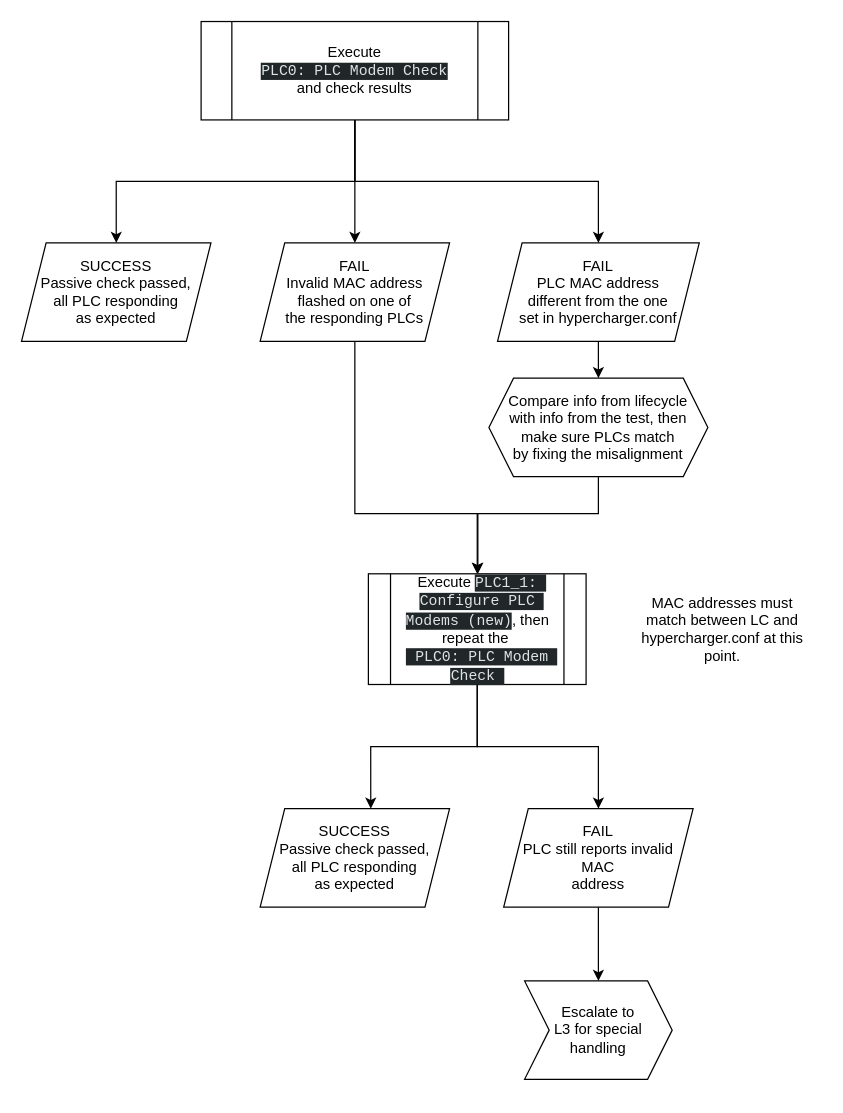
The draw.io diagram tbs_PLC.drawio in gialla1987/test-meter, before the edit. Source tidied: cells renumbered, new cells numbered last; positions are measured from the earlier drawing's top-left corner, leaving out a move shared by most shapes. Both pictures are drawn from the tidied source at 123%, with x=0, y=0 at pixel (21, 21).
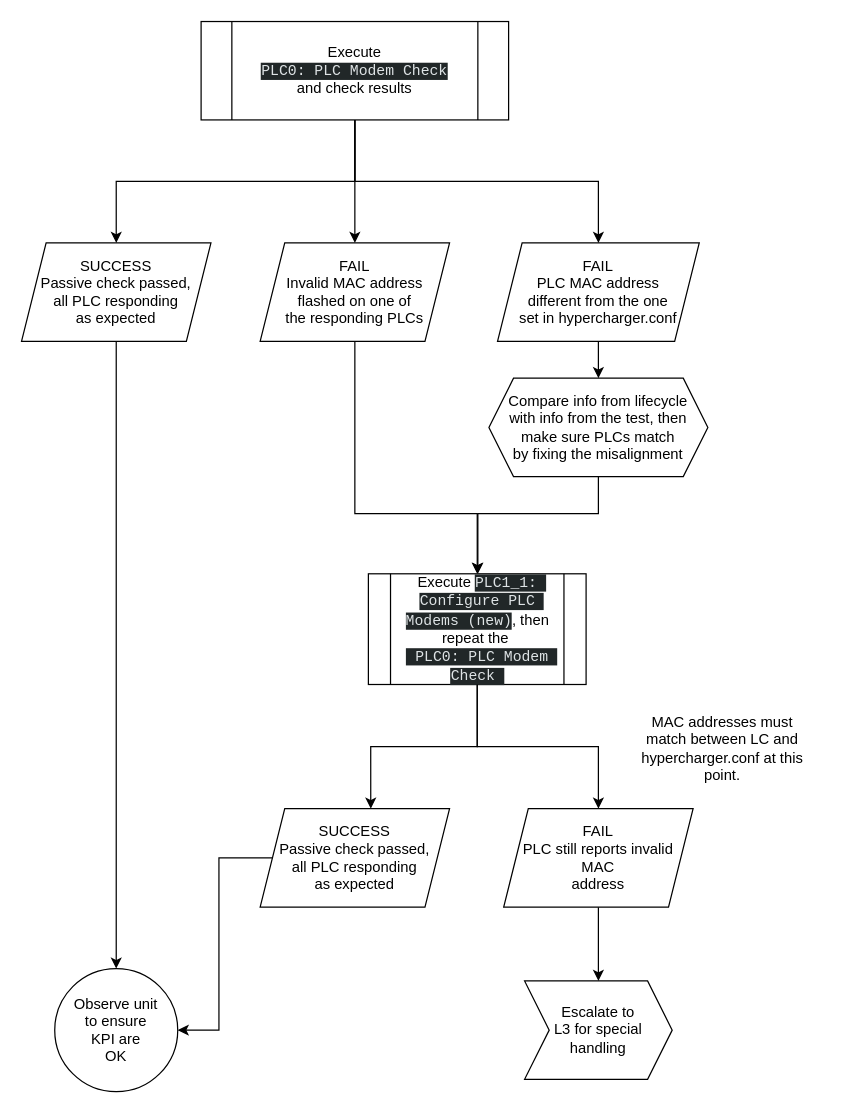
After the change.

The change refers to these unchanged cells:
```xml
<mxCell id="6" value="SUCCESS&lt;div&gt;Passive check passed,&lt;/div&gt;&lt;div&gt;&lt;span style=&quot;background-color: transparent; color: light-dark(rgb(0, 0, 0), rgb(255, 255, 255));&quot;&gt;all PLC&amp;nbsp;&lt;/span&gt;&lt;span style=&quot;background-color: transparent; color: light-dark(rgb(0, 0, 0), rgb(255, 255, 255));&quot;&gt;responding&lt;/span&gt;&lt;/div&gt;&lt;div&gt;&lt;span style=&quot;background-color: transparent; color: light-dark(rgb(0, 0, 0), rgb(255, 255, 255));&quot;&gt;as expected&lt;/span&gt;&lt;/div&gt;" style="shape=parallelogram;perimeter=parallelogramPerimeter;whiteSpace=wrap;html=1;fixedSize=1;" parent="1" vertex="1">
  <mxGeometry y="180" width="154" height="80" as="geometry" />
</mxCell>
<mxCell id="15" value="SUCCESS&lt;div&gt;Passive check passed,&lt;/div&gt;&lt;div&gt;&lt;span style=&quot;background-color: transparent; color: light-dark(rgb(0, 0, 0), rgb(255, 255, 255));&quot;&gt;all PLC&amp;nbsp;&lt;/span&gt;&lt;span style=&quot;background-color: transparent; color: light-dark(rgb(0, 0, 0), rgb(255, 255, 255));&quot;&gt;responding&lt;/span&gt;&lt;/div&gt;&lt;div&gt;&lt;span style=&quot;background-color: transparent; color: light-dark(rgb(0, 0, 0), rgb(255, 255, 255));&quot;&gt;as expected&lt;/span&gt;&lt;/div&gt;" style="shape=parallelogram;perimeter=parallelogramPerimeter;whiteSpace=wrap;html=1;fixedSize=1;" parent="1" vertex="1">
  <mxGeometry x="194" y="640" width="154" height="80" as="geometry" />
</mxCell>
```

The edit, as a diff of the source:
```diff
@@
+    <mxCell id="21" style="edgeStyle=orthogonalEdgeStyle;rounded=0;jettySize=auto;html=1;entryX=0.5;entryY=0;entryDx=0;entryDy=0;" parent="1" edge="1" source="6" target="23">
+      <mxGeometry relative="1" as="geometry" />
+    </mxCell>
@@
+    <mxCell id="22" style="edgeStyle=orthogonalEdgeStyle;rounded=0;jettySize=auto;html=1;entryX=1;entryY=0.5;entryDx=0;entryDy=0;" parent="1" edge="1" source="15" target="23">
+      <mxGeometry relative="1" as="geometry" />
+    </mxCell>
@@
     <mxCell id="19" value="MAC addresses must&lt;div&gt;match between LC and hypercharger.conf at this point.&lt;/div&gt;" style="text;html=1;align=center;verticalAlign=middle;whiteSpace=wrap;rounded=0;" parent="1" vertex="1">
-      <mxGeometry x="490" y="464" width="160" height="60" as="geometry" />
+      <mxGeometry x="490" y="561" width="160" height="60" as="geometry" />
     </mxCell>
@@
+    <mxCell id="23" value="Observe unit&lt;div&gt;to ensure&lt;/div&gt;&lt;div&gt;KPI are&lt;/div&gt;&lt;div&gt;OK&lt;/div&gt;" style="ellipse;whiteSpace=wrap;html=1;" parent="1" vertex="1">
+      <mxGeometry x="27" y="770" width="100" height="100" as="geometry" />
+    </mxCell>
```
